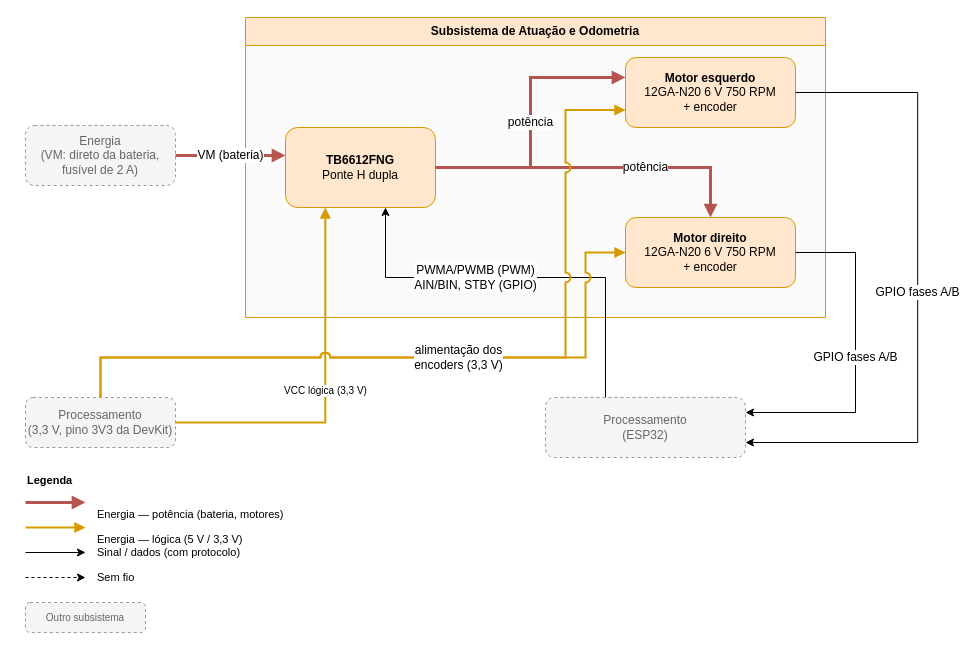
Before: page "Atuação e Odometria" (5 of 6) of hw/Placa de Integração/Diagrama de blocos/Diagrama de blocos.drawio in fcte-pi1/2026.2_PI1_Grupo2_Hilmer, a draw.io diagram. Source tidied: cells renumbered, new cells numbered last; positions are measured from the earlier drawing's top-left corner, leaving out a move shared by most shapes. Both pictures are drawn from the tidied source at 100%, with x=0, y=0 at pixel (25, 17).
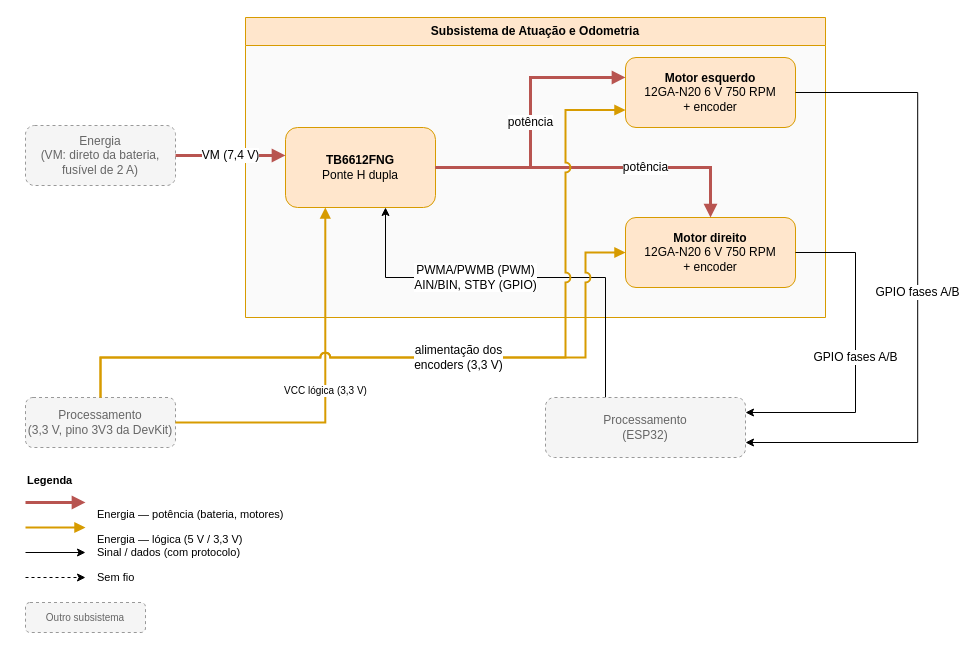
After the change.

Commit message (it also covers changes not shown here):
[Hardware] Define bateria LiPo 2S e regulador buck de 5 V no diagrama de blocos

The change refers to these unchanged cells:
```xml
<mxCell id="3" value="&lt;b&gt;TB6612FNG&lt;/b&gt;&lt;br&gt;Ponte H dupla" style="rounded=1;whiteSpace=wrap;html=1;fillColor=#ffe6cc;strokeColor=#d79b00;" parent="2" vertex="1">
  <mxGeometry x="40" y="110" width="150" height="80" as="geometry" />
</mxCell>
<mxCell id="7" value="Energia&lt;br&gt;(VM: direto da bateria,&lt;br&gt;fusível de 2 A)" style="rounded=1;whiteSpace=wrap;html=1;fillColor=#f5f5f5;strokeColor=#999999;dashed=1;fontColor=#666666;" parent="1" vertex="1">
  <mxGeometry y="108" width="150" height="60" as="geometry" />
</mxCell>
```

Diff of the diagram source:
```diff
@@
-    <mxCell id="10" value="&lt;font style=&quot;font-size: 12px;&quot;&gt;VM (bateria)&lt;/font&gt;" style="edgeStyle=orthogonalEdgeStyle;rounded=0;jettySize=auto;html=1;labelBackgroundColor=#FFFFFF;fontSize=10;strokeWidth=3;strokeColor=#B85450;endArrow=block;endFill=1;exitX=1;exitY=0.5;exitDx=0;exitDy=0;entryX=0;entryY=0.35;entryDx=0;entryDy=0;" parent="1" edge="1" source="7" target="3">
+    <mxCell id="10" value="&lt;font style=&quot;font-size: 12px;&quot;&gt;VM (7,4 V)&lt;/font&gt;" style="edgeStyle=orthogonalEdgeStyle;rounded=0;jettySize=auto;html=1;labelBackgroundColor=#FFFFFF;fontSize=10;strokeWidth=3;strokeColor=#B85450;endArrow=block;endFill=1;exitX=1;exitY=0.5;exitDx=0;exitDy=0;entryX=0;entryY=0.35;entryDx=0;entryDy=0;" parent="1" edge="1" source="7" target="3">
       <mxGeometry relative="1" as="geometry" />
     </mxCell>
```
